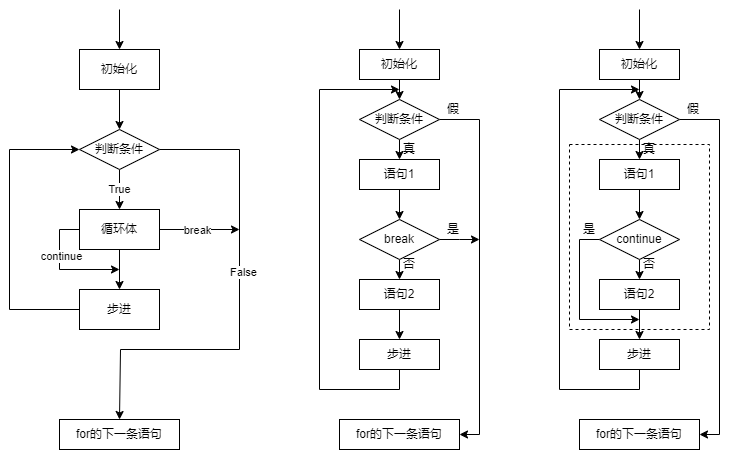
This is 笔记插图/4. break vs. continue.drawio.png from novpath/C-Programming-Language, a draw.io export, as it was before one commit. Source tidied: cells renumbered, new cells last; positions are measured from the earlier drawing's top-left corner, leaving out a move shared by most shapes.
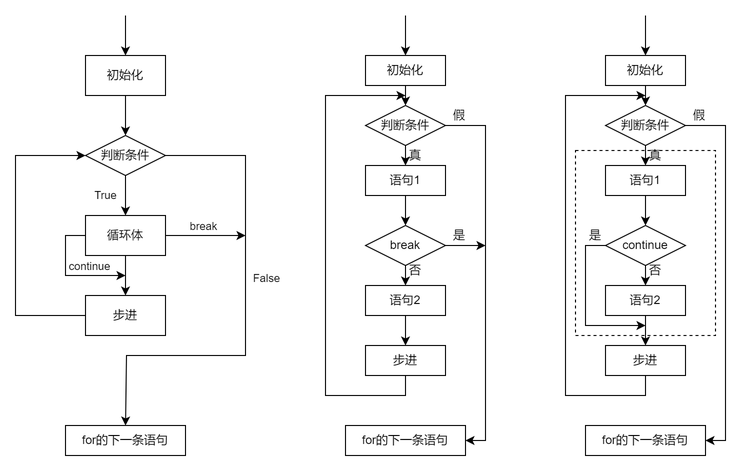
Later version of the same file.

The edit, as a diff of the source:
```diff
@@ -2,10 +2,13 @@
   <root>
     <mxCell id="0" />
     <mxCell id="1" parent="0" />
+    <mxCell id="58" style="rounded=0;whiteSpace=wrap;html=1;fillColor=none;dashed=1;" parent="1" vertex="1">
+      <mxGeometry x="560" y="135" width="140" height="185" as="geometry" />
+    </mxCell>
     <mxCell id="2" style="edgeStyle=orthogonalEdgeStyle;rounded=0;jettySize=auto;html=1;exitX=0.5;exitY=1;exitDx=0;exitDy=0;" parent="1" edge="1" source="3" target="8">
       <mxGeometry relative="1" as="geometry" />
     </mxCell>
-    <mxCell id="3" value="初始化" style="rounded=0;whiteSpace=wrap;html=1;" parent="1" vertex="1">
+    <mxCell id="3" value="初始化" style="rounded=0;whiteSpace=wrap;html=1;fillColor=none;" parent="1" vertex="1">
       <mxGeometry x="70" y="40" width="80" height="40" as="geometry" />
     </mxCell>
     <mxCell id="4" style="endArrow=classic;html=1;rounded=0;entryX=0.5;entryY=0;entryDx=0;entryDy=0;" parent="1" edge="1" target="3">
@@ -13,8 +16,8 @@
         <mxPoint x="110" as="sourcePoint" />
       </mxGeometry>
     </mxCell>
-    <mxCell id="5" value="True" style="edgeStyle=orthogonalEdgeStyle;rounded=0;jettySize=auto;html=1;exitX=0.5;exitY=1;exitDx=0;exitDy=0;entryX=0.5;entryY=0;entryDx=0;entryDy=0;" parent="1" edge="1" source="8" target="14">
-      <mxGeometry relative="1" as="geometry" />
+    <mxCell id="5" value="True" style="edgeStyle=orthogonalEdgeStyle;rounded=0;jettySize=auto;html=1;exitX=0.5;exitY=1;exitDx=0;exitDy=0;entryX=0.5;entryY=0;entryDx=0;entryDy=0;labelBackgroundColor=none;" parent="1" edge="1" source="8" target="14">
+      <mxGeometry y="-20" relative="1" as="geometry" />
     </mxCell>
     <mxCell id="6" style="edgeStyle=orthogonalEdgeStyle;rounded=0;jettySize=auto;html=1;exitX=1;exitY=0.5;exitDx=0;exitDy=0;entryX=0.5;entryY=0;entryDx=0;entryDy=0;" parent="1" edge="1" source="8" target="32">
       <mxGeometry relative="1" as="geometry">
@@ -25,10 +28,12 @@
         </Array>
       </mxGeometry>
     </mxCell>
-    <mxCell id="7" value="False" style="edgeLabel;html=1;align=center;verticalAlign=middle;" parent="6" vertex="1">
-      <mxGeometry x="-0.14" y="3" relative="1" as="geometry" />
+    <mxCell id="7" value="False" style="edgeLabel;html=1;align=center;verticalAlign=middle;labelBackgroundColor=none;" parent="6" vertex="1">
+      <mxGeometry x="-0.14" y="3" relative="1" as="geometry">
+        <mxPoint x="17" as="offset" />
+      </mxGeometry>
     </mxCell>
-    <mxCell id="8" value="判断条件" style="rhombus;whiteSpace=wrap;html=1;" parent="1" vertex="1">
+    <mxCell id="8" value="判断条件" style="rhombus;whiteSpace=wrap;html=1;fillColor=none;" parent="1" vertex="1">
       <mxGeometry x="70" y="120" width="80" height="40" as="geometry" />
     </mxCell>
     <mxCell id="9" style="edgeStyle=orthogonalEdgeStyle;rounded=0;jettySize=auto;html=1;exitX=0.5;exitY=1;exitDx=0;exitDy=0;entryX=0.5;entryY=0;entryDx=0;entryDy=0;" parent="1" edge="1" source="14" target="16">
@@ -43,20 +48,22 @@
         </Array>
       </mxGeometry>
     </mxCell>
-    <mxCell id="11" value="continue" style="edgeLabel;html=1;align=center;verticalAlign=middle;" parent="10" vertex="1">
-      <mxGeometry x="-0.24" y="1" relative="1" as="geometry" />
+    <mxCell id="11" value="continue" style="edgeLabel;html=1;align=center;verticalAlign=middle;labelBackgroundColor=none;" parent="10" vertex="1">
+      <mxGeometry x="-0.24" y="1" relative="1" as="geometry">
+        <mxPoint x="22" y="4" as="offset" />
+      </mxGeometry>
     </mxCell>
     <mxCell id="12" style="edgeStyle=orthogonalEdgeStyle;rounded=0;jettySize=auto;html=1;exitX=1;exitY=0.5;exitDx=0;exitDy=0;" parent="1" edge="1" source="14">
       <mxGeometry relative="1" as="geometry">
         <mxPoint x="230" y="220" as="targetPoint" />
       </mxGeometry>
     </mxCell>
-    <mxCell id="13" value="break" style="edgeLabel;html=1;align=center;verticalAlign=middle;" parent="12" vertex="1">
+    <mxCell id="13" value="break" style="edgeLabel;html=1;align=center;verticalAlign=middle;labelBackgroundColor=none;" parent="12" vertex="1">
       <mxGeometry x="-0.09" y="-4" relative="1" as="geometry">
-        <mxPoint y="-4" as="offset" />
+        <mxPoint y="-14" as="offset" />
       </mxGeometry>
     </mxCell>
-    <mxCell id="14" value="循环体" style="rounded=0;whiteSpace=wrap;html=1;" parent="1" vertex="1">
+    <mxCell id="14" value="循环体" style="rounded=0;whiteSpace=wrap;html=1;fillColor=none;" parent="1" vertex="1">
       <mxGeometry x="70" y="200" width="80" height="40" as="geometry" />
     </mxCell>
     <mxCell id="15" style="edgeStyle=orthogonalEdgeStyle;rounded=0;jettySize=auto;html=1;exitX=0;exitY=0.5;exitDx=0;exitDy=0;entryX=0;entryY=0.5;entryDx=0;entryDy=0;" parent="1" edge="1" source="16" target="8">
@@ -67,7 +74,7 @@
         </Array>
       </mxGeometry>
     </mxCell>
-    <mxCell id="16" value="步进" style="rounded=0;whiteSpace=wrap;html=1;" parent="1" vertex="1">
+    <mxCell id="16" value="步进" style="rounded=0;whiteSpace=wrap;html=1;fillColor=none;" parent="1" vertex="1">
       <mxGeometry x="70" y="280" width="80" height="40" as="geometry" />
     </mxCell>
     <mxCell id="17" style="edgeStyle=orthogonalEdgeStyle;rounded=0;jettySize=auto;html=1;exitX=0.5;exitY=1;exitDx=0;exitDy=0;" parent="1" edge="1" source="18">
@@ -75,7 +82,7 @@
         <mxPoint x="390" y="90" as="targetPoint" />
       </mxGeometry>
     </mxCell>
-    <mxCell id="18" value="初始化" style="rounded=0;whiteSpace=wrap;html=1;" parent="1" vertex="1">
+    <mxCell id="18" value="初始化" style="rounded=0;whiteSpace=wrap;html=1;fillColor=none;" parent="1" vertex="1">
       <mxGeometry x="350" y="40" width="80" height="30" as="geometry" />
     </mxCell>
     <mxCell id="19" style="endArrow=classic;html=1;rounded=0;entryX=0.5;entryY=0;entryDx=0;entryDy=0;" parent="1" edge="1" target="18">
@@ -89,13 +96,13 @@
     <mxCell id="21" style="edgeStyle=orthogonalEdgeStyle;rounded=0;jettySize=auto;html=1;exitX=1;exitY=0.5;exitDx=0;exitDy=0;entryX=1;entryY=0.5;entryDx=0;entryDy=0;" parent="1" edge="1" source="22" target="33">
       <mxGeometry relative="1" as="geometry" />
     </mxCell>
-    <mxCell id="22" value="判断条件" style="rhombus;whiteSpace=wrap;html=1;" parent="1" vertex="1">
+    <mxCell id="22" value="判断条件" style="rhombus;whiteSpace=wrap;html=1;fillColor=none;" parent="1" vertex="1">
       <mxGeometry x="350" y="90" width="80" height="40" as="geometry" />
     </mxCell>
     <mxCell id="23" style="edgeStyle=orthogonalEdgeStyle;rounded=0;jettySize=auto;html=1;exitX=0.5;exitY=1;exitDx=0;exitDy=0;entryX=0.5;entryY=0;entryDx=0;entryDy=0;" parent="1" edge="1" source="24" target="27">
       <mxGeometry relative="1" as="geometry" />
     </mxCell>
-    <mxCell id="24" value="语句1" style="rounded=0;whiteSpace=wrap;html=1;" parent="1" vertex="1">
+    <mxCell id="24" value="语句1" style="rounded=0;whiteSpace=wrap;html=1;fillColor=none;" parent="1" vertex="1">
       <mxGeometry x="350" y="150" width="80" height="30" as="geometry" />
     </mxCell>
     <mxCell id="25" style="edgeStyle=orthogonalEdgeStyle;rounded=0;jettySize=auto;html=1;exitX=0.5;exitY=1;exitDx=0;exitDy=0;entryX=0.5;entryY=0;entryDx=0;entryDy=0;" parent="1" edge="1" source="27" target="29">
@@ -106,13 +113,13 @@
         <mxPoint x="470" y="230" as="targetPoint" />
       </mxGeometry>
     </mxCell>
-    <mxCell id="27" value="break" style="rhombus;whiteSpace=wrap;html=1;" parent="1" vertex="1">
+    <mxCell id="27" value="break" style="rhombus;whiteSpace=wrap;html=1;fillColor=none;" parent="1" vertex="1">
       <mxGeometry x="350" y="210" width="80" height="40" as="geometry" />
     </mxCell>
     <mxCell id="28" style="edgeStyle=orthogonalEdgeStyle;rounded=0;jettySize=auto;html=1;exitX=0.5;exitY=1;exitDx=0;exitDy=0;entryX=0.5;entryY=0;entryDx=0;entryDy=0;" parent="1" edge="1" source="29" target="31">
       <mxGeometry relative="1" as="geometry" />
     </mxCell>
-    <mxCell id="29" value="语句2" style="rounded=0;whiteSpace=wrap;html=1;" parent="1" vertex="1">
+    <mxCell id="29" value="语句2" style="rounded=0;whiteSpace=wrap;html=1;fillColor=none;" parent="1" vertex="1">
       <mxGeometry x="350" y="270" width="80" height="30" as="geometry" />
     </mxCell>
     <mxCell id="30" style="edgeStyle=orthogonalEdgeStyle;rounded=0;jettySize=auto;html=1;exitX=0.5;exitY=1;exitDx=0;exitDy=0;" parent="1" edge="1" source="31">
@@ -125,13 +132,13 @@
         </Array>
       </mxGeometry>
     </mxCell>
-    <mxCell id="31" value="步进" style="rounded=0;whiteSpace=wrap;html=1;" parent="1" vertex="1">
+    <mxCell id="31" value="步进" style="rounded=0;whiteSpace=wrap;html=1;fillColor=none;" parent="1" vertex="1">
       <mxGeometry x="350" y="330" width="80" height="30" as="geometry" />
     </mxCell>
-    <mxCell id="32" value="for的下一条语句" style="rounded=0;whiteSpace=wrap;html=1;" parent="1" vertex="1">
+    <mxCell id="32" value="for的下一条语句" style="rounded=0;whiteSpace=wrap;html=1;fillColor=none;" parent="1" vertex="1">
       <mxGeometry x="50" y="410" width="120" height="30" as="geometry" />
     </mxCell>
-    <mxCell id="33" value="for的下一条语句" style="rounded=0;whiteSpace=wrap;html=1;" parent="1" vertex="1">
+    <mxCell id="33" value="for的下一条语句" style="rounded=0;whiteSpace=wrap;html=1;fillColor=none;" parent="1" vertex="1">
       <mxGeometry x="330" y="410" width="120" height="30" as="geometry" />
     </mxCell>
     <mxCell id="34" value="真" style="text;html=1;strokeColor=none;fillColor=none;align=center;verticalAlign=middle;whiteSpace=wrap;rounded=0;" parent="1" vertex="1">
@@ -151,7 +158,7 @@
         <mxPoint x="630" y="90" as="targetPoint" />
       </mxGeometry>
     </mxCell>
-    <mxCell id="39" value="初始化" style="rounded=0;whiteSpace=wrap;html=1;" parent="1" vertex="1">
+    <mxCell id="39" value="初始化" style="rounded=0;whiteSpace=wrap;html=1;fillColor=none;" parent="1" vertex="1">
       <mxGeometry x="590" y="40" width="80" height="30" as="geometry" />
     </mxCell>
     <mxCell id="40" style="endArrow=classic;html=1;rounded=0;entryX=0.5;entryY=0;entryDx=0;entryDy=0;" parent="1" edge="1" target="39">
@@ -165,13 +172,13 @@
     <mxCell id="42" style="edgeStyle=orthogonalEdgeStyle;rounded=0;jettySize=auto;html=1;exitX=1;exitY=0.5;exitDx=0;exitDy=0;entryX=1;entryY=0.5;entryDx=0;entryDy=0;" parent="1" edge="1" source="43" target="53">
       <mxGeometry relative="1" as="geometry" />
     </mxCell>
-    <mxCell id="43" value="判断条件" style="rhombus;whiteSpace=wrap;html=1;" parent="1" vertex="1">
+    <mxCell id="43" value="判断条件" style="rhombus;whiteSpace=wrap;html=1;fillColor=none;" parent="1" vertex="1">
       <mxGeometry x="590" y="90" width="80" height="40" as="geometry" />
     </mxCell>
     <mxCell id="44" style="edgeStyle=orthogonalEdgeStyle;rounded=0;jettySize=auto;html=1;exitX=0.5;exitY=1;exitDx=0;exitDy=0;entryX=0.5;entryY=0;entryDx=0;entryDy=0;" parent="1" edge="1" source="45" target="48">
       <mxGeometry relative="1" as="geometry" />
     </mxCell>
-    <mxCell id="45" value="语句1" style="rounded=0;whiteSpace=wrap;html=1;" parent="1" vertex="1">
+    <mxCell id="45" value="语句1" style="rounded=0;whiteSpace=wrap;html=1;fillColor=none;" parent="1" vertex="1">
       <mxGeometry x="590" y="150" width="80" height="30" as="geometry" />
     </mxCell>
     <mxCell id="46" style="edgeStyle=orthogonalEdgeStyle;rounded=0;jettySize=auto;html=1;exitX=0.5;exitY=1;exitDx=0;exitDy=0;entryX=0.5;entryY=0;entryDx=0;entryDy=0;" parent="1" edge="1" source="48" target="50">
@@ -186,13 +193,13 @@
         </Array>
       </mxGeometry>
     </mxCell>
-    <mxCell id="48" value="continue" style="rhombus;whiteSpace=wrap;html=1;" parent="1" vertex="1">
+    <mxCell id="48" value="continue" style="rhombus;whiteSpace=wrap;html=1;fillColor=none;" parent="1" vertex="1">
       <mxGeometry x="590" y="210" width="80" height="40" as="geometry" />
     </mxCell>
     <mxCell id="49" style="edgeStyle=orthogonalEdgeStyle;rounded=0;jettySize=auto;html=1;exitX=0.5;exitY=1;exitDx=0;exitDy=0;entryX=0.5;entryY=0;entryDx=0;entryDy=0;" parent="1" edge="1" source="50" target="52">
       <mxGeometry relative="1" as="geometry" />
     </mxCell>
-    <mxCell id="50" value="语句2" style="rounded=0;whiteSpace=wrap;html=1;" parent="1" vertex="1">
+    <mxCell id="50" value="语句2" style="rounded=0;whiteSpace=wrap;html=1;fillColor=none;" parent="1" vertex="1">
       <mxGeometry x="590" y="270" width="80" height="30" as="geometry" />
     </mxCell>
     <mxCell id="51" style="edgeStyle=orthogonalEdgeStyle;rounded=0;jettySize=auto;html=1;exitX=0.5;exitY=1;exitDx=0;exitDy=0;" parent="1" edge="1" source="52">
@@ -205,10 +212,10 @@
         </Array>
       </mxGeometry>
     </mxCell>
-    <mxCell id="52" value="步进" style="rounded=0;whiteSpace=wrap;html=1;" parent="1" vertex="1">
+    <mxCell id="52" value="步进" style="rounded=0;whiteSpace=wrap;html=1;fillColor=none;" parent="1" vertex="1">
       <mxGeometry x="590" y="330" width="80" height="30" as="geometry" />
     </mxCell>
-    <mxCell id="53" value="for的下一条语句" style="rounded=0;whiteSpace=wrap;html=1;" parent="1" vertex="1">
+    <mxCell id="53" value="for的下一条语句" style="rounded=0;whiteSpace=wrap;html=1;fillColor=none;" parent="1" vertex="1">
       <mxGeometry x="570" y="410" width="120" height="30" as="geometry" />
     </mxCell>
     <mxCell id="54" value="真" style="text;html=1;strokeColor=none;fillColor=none;align=center;verticalAlign=middle;whiteSpace=wrap;rounded=0;" parent="1" vertex="1">
@@ -223,8 +230,5 @@
     <mxCell id="57" value="是" style="text;html=1;strokeColor=none;fillColor=none;align=center;verticalAlign=middle;whiteSpace=wrap;rounded=0;" parent="1" vertex="1">
       <mxGeometry x="550" y="205" width="60" height="30" as="geometry" />
     </mxCell>
-    <mxCell id="58" style="rounded=0;whiteSpace=wrap;html=1;fillColor=none;dashed=1;" parent="1" vertex="1">
-      <mxGeometry x="560" y="135" width="140" height="185" as="geometry" />
-    </mxCell>
   </root>
 </mxGraphModel>
```
